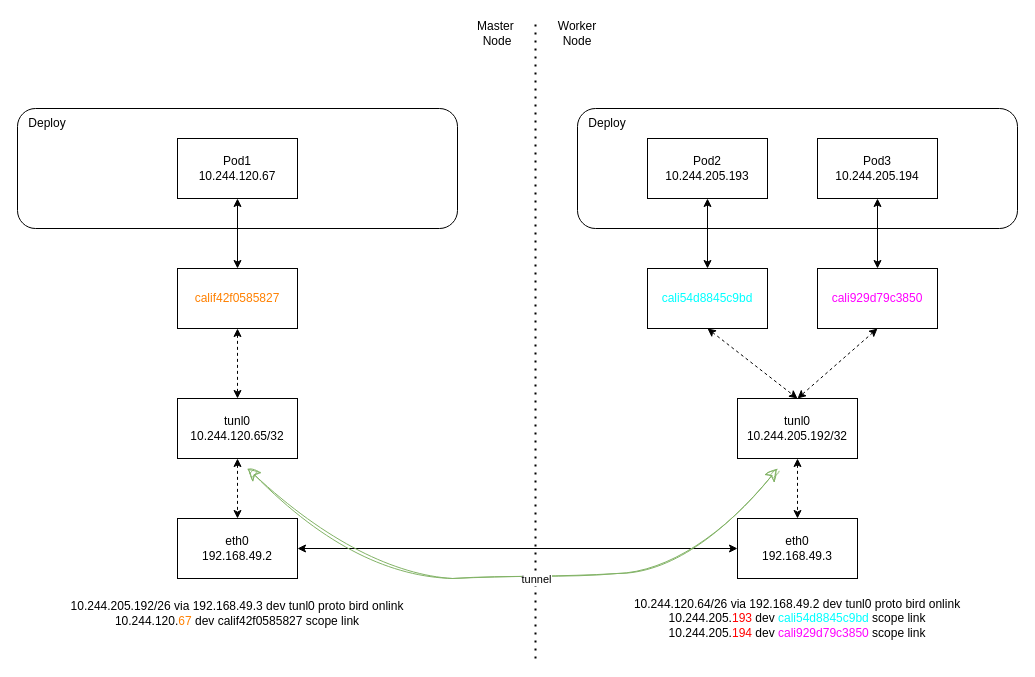
adinxu/draw.io keeps this draw.io diagram as page "k8s_calico" (7 of 8) of network_topology.drawio. Above is the earlier version. Source tidied: cells renumbered, new cells numbered last; positions are measured from the earlier drawing's top-left corner, leaving out a move shared by most shapes. Both pictures are drawn from the tidied source at 100%, with x=0, y=0 at pixel (17, 18).
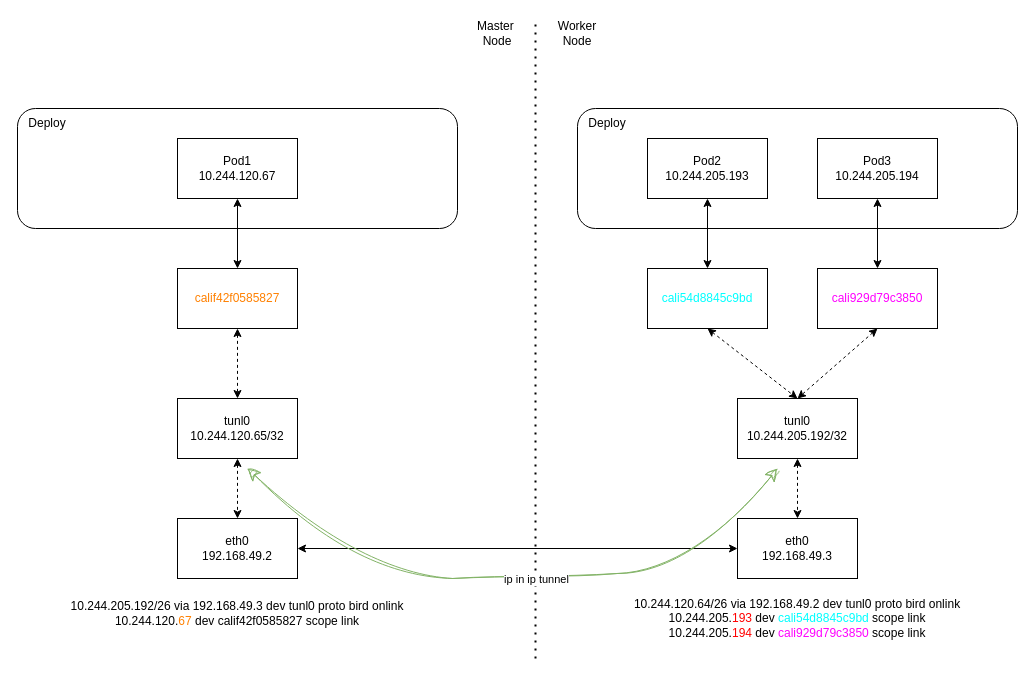
After the change.

The change refers to these unchanged cells:
```xml
<mxCell id="30" style="curved=1;endArrow=classic;html=1;rounded=0;startArrow=classic;startFill=1;sketch=1;curveFitting=1;jiggle=2;endSize=10;startSize=10;fillColor=#d5e8d4;strokeColor=#82b366;" parent="1" edge="1">
  <mxGeometry relative="1" as="geometry">
    <mxPoint x="230" y="450" as="sourcePoint" />
    <mxPoint x="760" y="450" as="targetPoint" />
    <Array as="points">
      <mxPoint x="350" y="560" />
      <mxPoint x="520" y="560" />
      <mxPoint x="680" y="550" />
    </Array>
  </mxGeometry>
</mxCell>
```

Diff of the diagram source:
```diff
@@
-    <mxCell id="31" value="tunnel" style="edgeLabel;html=1;align=center;verticalAlign=middle;" parent="30" vertex="1">
+    <mxCell id="31" value="ip in ip tunnel" style="edgeLabel;html=1;align=center;verticalAlign=middle;" parent="30" vertex="1">
       <mxGeometry y="3" relative="1" as="geometry">
         <mxPoint x="20" y="3" as="offset" />
       </mxGeometry>
     </mxCell>
```
